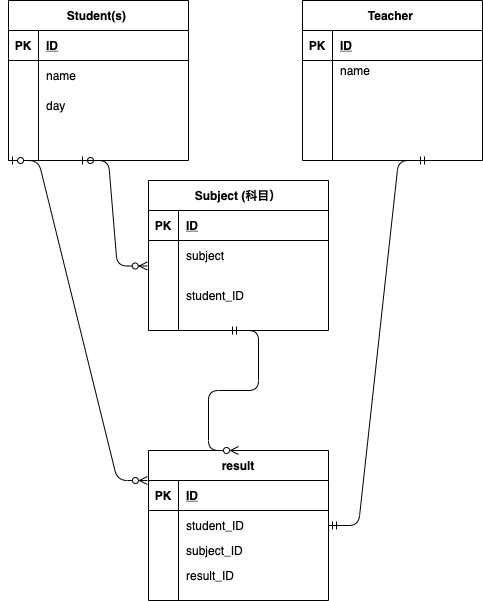
Earlier version of the draw.io export index. .drawio.png (hitomineo/2021-12-24-ito-ER). Source tidied: cells renumbered, new cells last; positions are measured from the earlier drawing's top-left corner, leaving out a move shared by most shapes.
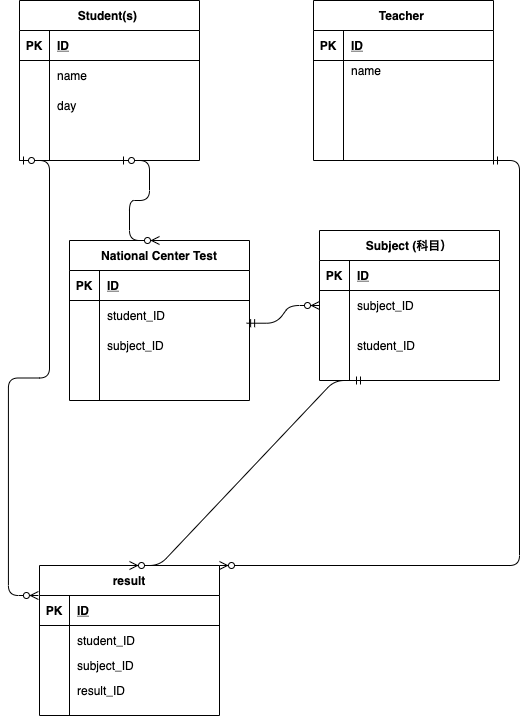
After the commit.

Diff of the diagram source:
```diff
@@ -42,7 +42,7 @@
       <mxGeometry x="30" width="150" height="30" as="geometry" />
     </mxCell>
     <mxCell id="15" value="result" style="shape=table;startSize=30;rowLines=0;fontStyle=1;align=center;" parent="1" vertex="1">
-      <mxGeometry x="140" y="450" width="180" height="150" as="geometry" />
+      <mxGeometry x="20" y="565" width="180" height="150" as="geometry" />
     </mxCell>
     <mxCell id="16" style="shape=partialRectangle;fillColor=none;top=0;left=0;bottom=1;right=0;points=[[0,0.5],[1,0.5]];portConstraint=eastwest;" parent="15" vertex="1">
       <mxGeometry y="30" width="180" height="30" as="geometry" />
@@ -80,11 +80,6 @@
     <mxCell id="27" value="result_ID" style="shape=partialRectangle;fillColor=none;top=0;left=0;bottom=0;right=0;align=left;spacingLeft=6;overflow=hidden;" parent="25" vertex="1">
       <mxGeometry x="30" width="150" height="30" as="geometry" />
     </mxCell>
-    <mxCell id="28" style="edgeStyle=entityRelationEdgeStyle;fontSize=12;html=1;endArrow=ERzeroToMany;startArrow=ERzeroToOne;entryX=-0.007;entryY=-0.09;entryDx=0;entryDy=0;entryPerimeter=0;" parent="1" edge="1" target="50">
-      <mxGeometry relative="1" as="geometry">
-        <mxPoint x="70" y="160" as="sourcePoint" />
-      </mxGeometry>
-    </mxCell>
     <mxCell id="29" value="Student(s) " style="shape=table;startSize=30;rowLines=0;fontStyle=1;align=center;" parent="1" vertex="1">
       <mxGeometry width="180" height="160" as="geometry" />
     </mxCell>
@@ -124,13 +119,8 @@
     <mxCell id="41" style="shape=partialRectangle;fillColor=none;top=0;left=0;bottom=0;right=0;align=left;spacingLeft=6;overflow=hidden;" parent="39" vertex="1">
       <mxGeometry x="30" width="150" height="30" as="geometry" />
     </mxCell>
-    <mxCell id="42" style="edgeStyle=entityRelationEdgeStyle;fontSize=12;html=1;endArrow=ERmandOne;startArrow=ERmandOne;exitX=1;exitY=0.5;exitDx=0;exitDy=0;" parent="1" edge="1" source="19">
-      <mxGeometry relative="1" as="geometry">
-        <mxPoint x="420" y="160" as="targetPoint" />
-      </mxGeometry>
-    </mxCell>
     <mxCell id="43" value="Subject (科目）" style="shape=table;startSize=30;rowLines=0;fontStyle=1;align=center;" parent="1" vertex="1">
-      <mxGeometry x="140" y="180" width="180" height="150" as="geometry" />
+      <mxGeometry x="300" y="230" width="180" height="150" as="geometry" />
     </mxCell>
     <mxCell id="44" style="shape=partialRectangle;fillColor=none;top=0;left=0;bottom=1;right=0;" parent="43" vertex="1">
       <mxGeometry y="30" width="180" height="30" as="geometry" />
@@ -147,7 +137,7 @@
     <mxCell id="48" style="shape=partialRectangle;fillColor=none;top=0;left=0;bottom=0;right=0;overflow=hidden;" parent="47" vertex="1">
       <mxGeometry width="30" height="30" as="geometry" />
     </mxCell>
-    <mxCell id="49" value="subject" style="shape=partialRectangle;fillColor=none;top=0;left=0;bottom=0;right=0;align=left;spacingLeft=6;overflow=hidden;" parent="47" vertex="1">
+    <mxCell id="49" value="subject_ID" style="shape=partialRectangle;fillColor=none;top=0;left=0;bottom=0;right=0;align=left;spacingLeft=6;overflow=hidden;" parent="47" vertex="1">
       <mxGeometry x="30" width="150" height="30" as="geometry" />
     </mxCell>
     <mxCell id="50" style="shape=partialRectangle;fillColor=none;top=0;left=0;bottom=0;right=0;points=[[0,0.5],[1,0.5]];portConstraint=eastwest;" parent="43" vertex="1">
@@ -162,10 +152,60 @@
     <mxCell id="53" style="edgeStyle=entityRelationEdgeStyle;fontSize=12;html=1;endArrow=ERzeroToMany;startArrow=ERzeroToOne;exitX=0;exitY=1;exitDx=0;exitDy=0;entryX=-0.006;entryY=0;entryDx=0;entryDy=0;entryPerimeter=0;" parent="1" edge="1" source="29" target="16">
       <mxGeometry relative="1" as="geometry" />
     </mxCell>
-    <mxCell id="54" style="edgeStyle=entityRelationEdgeStyle;fontSize=12;html=1;endArrow=ERzeroToMany;startArrow=ERmandOne;entryX=0.5;entryY=0;entryDx=0;entryDy=0;" parent="1" edge="1" target="15">
-      <mxGeometry relative="1" as="geometry">
-        <mxPoint x="220" y="330" as="sourcePoint" />
-      </mxGeometry>
+    <mxCell id="54" style="edgeStyle=entityRelationEdgeStyle;fontSize=12;html=1;endArrow=ERzeroToMany;startArrow=ERmandOne;entryX=0.5;entryY=0;entryDx=0;entryDy=0;exitX=0.25;exitY=1;exitDx=0;exitDy=0;" parent="1" edge="1" source="43" target="15">
+      <mxGeometry relative="1" as="geometry" />
     </mxCell>
+    <mxCell id="55" style="edgeStyle=entityRelationEdgeStyle;fontSize=12;html=1;endArrow=ERzeroToMany;startArrow=ERmandOne;entryX=1;entryY=0;entryDx=0;entryDy=0;" parent="1" edge="1" target="15">
+      <mxGeometry relative="1" as="geometry">
+        <mxPoint x="470" y="160" as="sourcePoint" />
+      </mxGeometry>
+    </mxCell>
+    <mxCell id="56" value="National Center Test" style="shape=table;startSize=30;rowLines=0;fontStyle=1;align=center;" parent="1" vertex="1">
+      <mxGeometry x="50" y="240" width="180" height="160" as="geometry" />
+    </mxCell>
+    <mxCell id="57" style="shape=partialRectangle;fillColor=none;top=0;left=0;bottom=1;right=0;" parent="56" vertex="1">
+      <mxGeometry y="30" width="180" height="30" as="geometry" />
+    </mxCell>
+    <mxCell id="58" value="PK" style="shape=partialRectangle;fillColor=none;top=0;left=0;bottom=0;right=0;fontStyle=1;overflow=hidden;" parent="57" vertex="1">
+      <mxGeometry width="30" height="30" as="geometry" />
+    </mxCell>
+    <mxCell id="59" value="ID" style="shape=partialRectangle;fillColor=none;top=0;left=0;bottom=0;right=0;align=left;spacingLeft=6;fontStyle=5;overflow=hidden;" parent="57" vertex="1">
+      <mxGeometry x="30" width="150" height="30" as="geometry" />
+    </mxCell>
+    <mxCell id="60" style="shape=partialRectangle;fillColor=none;top=0;left=0;bottom=0;right=0;" parent="56" vertex="1">
+      <mxGeometry y="60" width="180" height="30" as="geometry" />
+    </mxCell>
+    <mxCell id="61" style="shape=partialRectangle;fillColor=none;top=0;left=0;bottom=0;right=0;overflow=hidden;" parent="60" vertex="1">
+      <mxGeometry width="30" height="30" as="geometry" />
+    </mxCell>
+    <mxCell id="62" value="student_ID" style="shape=partialRectangle;fillColor=none;top=0;left=0;bottom=0;right=0;align=left;spacingLeft=6;overflow=hidden;" parent="60" vertex="1">
+      <mxGeometry x="30" width="150" height="30" as="geometry" />
+    </mxCell>
+    <mxCell id="63" style="shape=partialRectangle;fillColor=none;top=0;left=0;bottom=0;right=0;points=[[0,0.5],[1,0.5]];portConstraint=eastwest;" parent="56" vertex="1">
+      <mxGeometry y="90" width="180" height="30" as="geometry" />
+    </mxCell>
+    <mxCell id="64" style="shape=partialRectangle;fillColor=none;top=0;left=0;bottom=0;right=0;overflow=hidden;" parent="63" vertex="1">
+      <mxGeometry width="30" height="30" as="geometry" />
+    </mxCell>
+    <mxCell id="65" value="subject_ID" style="shape=partialRectangle;fillColor=none;top=0;left=0;bottom=0;right=0;align=left;spacingLeft=6;overflow=hidden;" parent="63" vertex="1">
+      <mxGeometry x="30" width="150" height="30" as="geometry" />
+    </mxCell>
+    <mxCell id="66" style="shape=partialRectangle;fillColor=none;top=0;left=0;bottom=0;right=0;" parent="56" vertex="1">
+      <mxGeometry y="120" width="180" height="30" as="geometry" />
+    </mxCell>
+    <mxCell id="67" style="shape=partialRectangle;fillColor=none;top=0;left=0;bottom=0;right=0;overflow=hidden;" parent="66" vertex="1">
+      <mxGeometry width="30" height="30" as="geometry" />
+    </mxCell>
+    <mxCell id="68" style="shape=partialRectangle;fillColor=none;top=0;left=0;bottom=0;right=0;align=left;spacingLeft=6;overflow=hidden;" parent="66" vertex="1">
+      <mxGeometry x="30" width="150" height="30" as="geometry" />
+    </mxCell>
+    <mxCell id="69" style="edgeStyle=entityRelationEdgeStyle;fontSize=12;html=1;endArrow=ERzeroToMany;startArrow=ERzeroToOne;entryX=0.5;entryY=0;entryDx=0;entryDy=0;" parent="1" edge="1" target="56">
+      <mxGeometry relative="1" as="geometry">
+        <mxPoint x="100" y="160" as="sourcePoint" />
+      </mxGeometry>
+    </mxCell>
+    <mxCell id="70" style="edgeStyle=entityRelationEdgeStyle;fontSize=12;html=1;endArrow=ERzeroToMany;startArrow=ERmandOne;exitX=0.984;exitY=-0.243;exitDx=0;exitDy=0;exitPerimeter=0;entryX=0;entryY=0.5;entryDx=0;entryDy=0;" parent="1" edge="1" source="63" target="47">
+      <mxGeometry relative="1" as="geometry" />
+    </mxCell>
   </root>
 </mxGraphModel>
```
